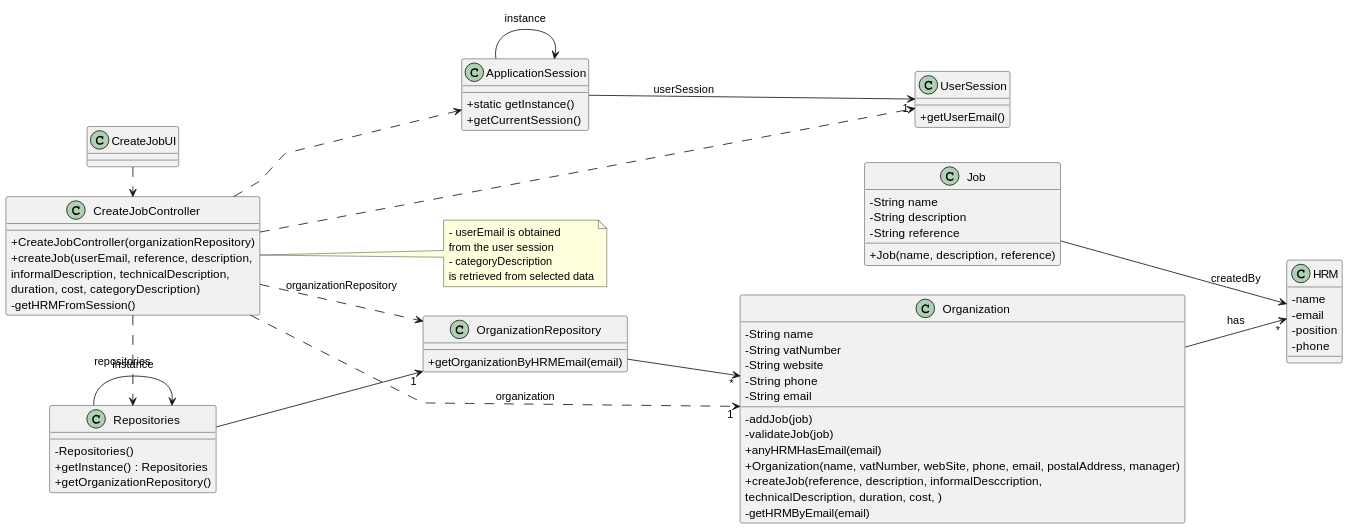
daniel41silva05/ISEP_2023_2024_LAPR2 keeps this PlantUML diagram as docs/sprintA&B/us002/03.design/svg/us002-class-diagram.svg. Above is the earlier version.
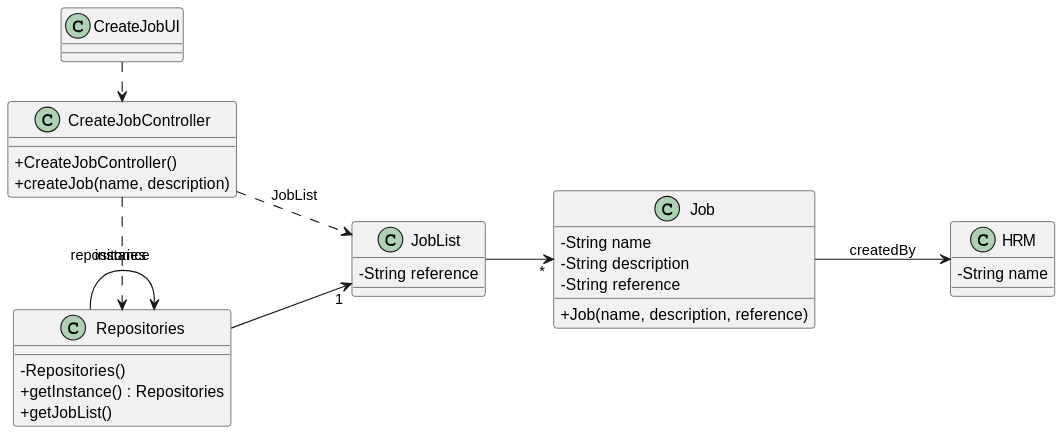
The same file after the commit.

Diff of the diagram source:
```diff
@@ -7,22 +7,13 @@
 
 left to right direction
 
-class ApplicationSession
-{
-    + static getInstance()
-    + getCurrentSession()
+
+
+class JobList{
+    -String reference
 }
-
-class UserSession
-{
-    + getUserEmail()
-}
-
 class HRM {
-    - name
-    - email
-    - position
-    - phone
+    - String name
 }
 
 class Job {
@@ -34,69 +25,37 @@
 }
 
 
-class Organization {
-    - String name
-    - String vatNumber
-    - String website
-    - String phone
-    - String email
 
-    - addJob(job)
-    - validateJob(job)
-    + anyHRMHasEmail(email)
-    + Organization(name, vatNumber, webSite, phone, email, postalAddress, manager)
-    + createJob(reference, description, informalDesccription,\ntechnicalDescription, duration, cost, )
-    - getHRMByEmail(email)
-
-}
-
-
-class OrganizationRepository {
-    + getOrganizationByHRMEmail(email)
-}
 
 class Repositories {
     - Repositories()
     + getInstance() : Repositories
-    + getOrganizationRepository()
+    + getJobList()
 }
 
 class CreateJobController {
-    + CreateJobController(organizationRepository)
-    + createJob(userEmail, reference, description,\ninformalDescription, technicalDescription,\nduration, cost, categoryDescription)
-    - getHRMFromSession()
+    + CreateJobController()
+    + createJob(name, description)
+
 }
-
-note right of CreateJobController
-    - userEmail is obtained
-    from the user session
-    - categoryDescription
-    is retrieved from selected data
-end note
-
 
 class CreateJobUI {
 }
 
 Repositories -> Repositories : instance
-ApplicationSession -> ApplicationSession : instance
 
 CreateJobUI .> CreateJobController
 
 CreateJobController .> Repositories : repositories
 
 
-CreateJobController ..> OrganizationRepository : organizationRepository
 
-Repositories --> "1" OrganizationRepository
 
-OrganizationRepository --> "*" Organization
-ApplicationSession --> "1" UserSession : userSession
 
-CreateJobController ..> "1" Organization : organization
-CreateJobController ..> ApplicationSession
-CreateJobController ..> UserSession
+CreateJobController ..> JobList : JobList
+Repositories --> "1" JobList
+
 Job --> HRM : createdBy
+JobList --> "*" Job
 
-Organization --> "*" HRM : has
 @enduml
```
